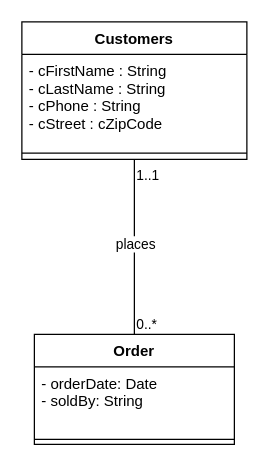
AlvinNguyen58/CECS-323 keeps this draw.io diagram as page "Page-1" (1 of 2) of MHWdrawio.drawio. Above is the earlier version. Source tidied: cells renumbered, new cells numbered last; positions are measured from the earlier drawing's top-left corner, leaving out a move shared by most shapes. Both pictures are drawn from the tidied source at 125%, with x=0, y=0 at pixel (21, 21).
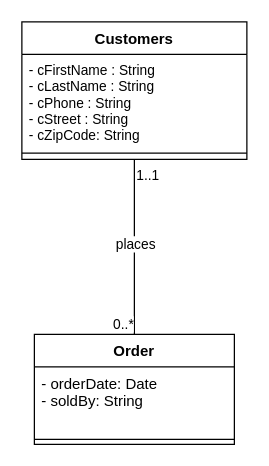
The same page after the edit.

What changed in the source:
```diff
@@
 <mxGraphModel>
   <root>
     <mxCell id="0" />
     <mxCell id="1" parent="0" />
     <mxCell id="2" value="Customers" style="swimlane;fontStyle=1;align=center;verticalAlign=top;horizontal=1;startSize=26;direction=east;" parent="1" vertex="1">
       <mxGeometry width="180" height="110" as="geometry" />
     </mxCell>
-    <mxCell id="3" value="- cFirstName : String&#10;- cLastName : String&#10;- cPhone : String&#10;- cStreet : cZipCode&#10;" style="text;strokeColor=none;fillColor=none;align=left;verticalAlign=top;spacingLeft=4;spacingRight=4;overflow=hidden;direction=north;" parent="2" vertex="1">
+    <mxCell id="3" value="- cFirstName : String&#10;- cLastName : String&#10;- cPhone : String&#10;- cStreet : String&#10;- cZipCode: String&#10;" style="text;strokeColor=none;fillColor=none;align=left;verticalAlign=top;spacingLeft=4;spacingRight=4;overflow=hidden;direction=north;fontSize=11;" parent="2" vertex="1">
       <mxGeometry y="26" width="180" height="74" as="geometry" />
     </mxCell>
     <mxCell id="4" style="line;strokeWidth=1;fillColor=none;align=left;verticalAlign=middle;spacingTop=-1;spacingLeft=3;spacingRight=3;labelPosition=right;" parent="2" vertex="1">
       <mxGeometry y="100" width="180" height="10" as="geometry" />
     </mxCell>
     <mxCell id="5" value="Order" style="swimlane;fontStyle=1;align=center;verticalAlign=top;horizontal=1;startSize=26;fontFamily=Helvetica;strokeColor=default;fillColor=default;" parent="1" vertex="1">
       <mxGeometry x="10" y="250" width="160" height="88" as="geometry" />
     </mxCell>
     <mxCell id="6" value="- orderDate: Date&#10;- soldBy: String" style="text;strokeColor=none;fillColor=none;align=left;verticalAlign=top;spacingLeft=4;spacingRight=4;overflow=hidden;fontFamily=Helvetica;" parent="5" vertex="1">
       <mxGeometry y="26" width="160" height="54" as="geometry" />
     </mxCell>
     <mxCell id="7" style="line;strokeWidth=1;fillColor=none;align=left;verticalAlign=middle;spacingTop=-1;spacingLeft=3;spacingRight=3;labelPosition=right;fontFamily=Helvetica;" parent="5" vertex="1">
       <mxGeometry y="80" width="160" height="8" as="geometry" />
     </mxCell>
     <mxCell id="8" style="endArrow=none;html=1;edgeStyle=orthogonalEdgeStyle;rounded=0;fontFamily=Helvetica;exitX=0.5;exitY=1;exitDx=0;exitDy=0;entryX=0.5;entryY=0;entryDx=0;entryDy=0;" parent="1" edge="1" source="2" target="5">
       <mxGeometry relative="1" as="geometry" />
     </mxCell>
     <mxCell id="9" value="1..1" style="edgeLabel;html=1;align=left;verticalAlign=top;fontFamily=Helvetica;strokeColor=default;fillColor=default;labelPosition=right;verticalLabelPosition=bottom;" parent="8" vertex="1">
       <mxGeometry x="-1" relative="1" as="geometry" />
     </mxCell>
-    <mxCell id="10" value="0..*" style="edgeLabel;html=1;align=left;verticalAlign=bottom;fontFamily=Helvetica;strokeColor=default;fillColor=default;labelPosition=right;verticalLabelPosition=top;" parent="8" vertex="1">
+    <mxCell id="10" value="0..*" style="edgeLabel;html=1;align=right;verticalAlign=bottom;fontFamily=Helvetica;strokeColor=default;fillColor=default;labelPosition=left;verticalLabelPosition=top;" parent="8" vertex="1">
       <mxGeometry x="1" relative="1" as="geometry" />
     </mxCell>
     <mxCell id="11" value="places" style="edgeLabel;html=1;align=center;verticalAlign=middle;fontFamily=Helvetica;" parent="8" vertex="1">
       <mxGeometry x="-0.05" y="1" relative="1" as="geometry">
         <mxPoint x="-1" as="offset" />
       </mxGeometry>
     </mxCell>
   </root>
 </mxGraphModel>
```
